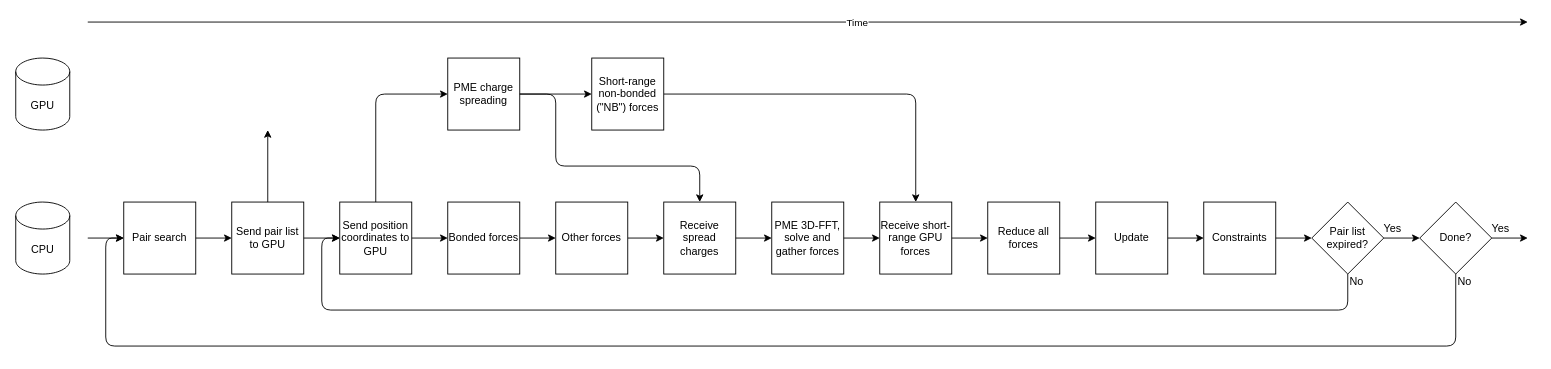
This is content/diagrams/molecular-dynamics-workflow-short-range-gpu-pme-gpu-pmefft-cpu-bonded-cpu.drawio from ENCCS/gromacs-gpu-performance, a draw.io file, before an edit. Source tidied: cells renumbered, new cells numbered last; positions are measured from the earlier drawing's top-left corner, leaving out a move shared by most shapes. Both pictures are drawn from the tidied source at 90%, with x=0, y=0 at pixel (15, 22).
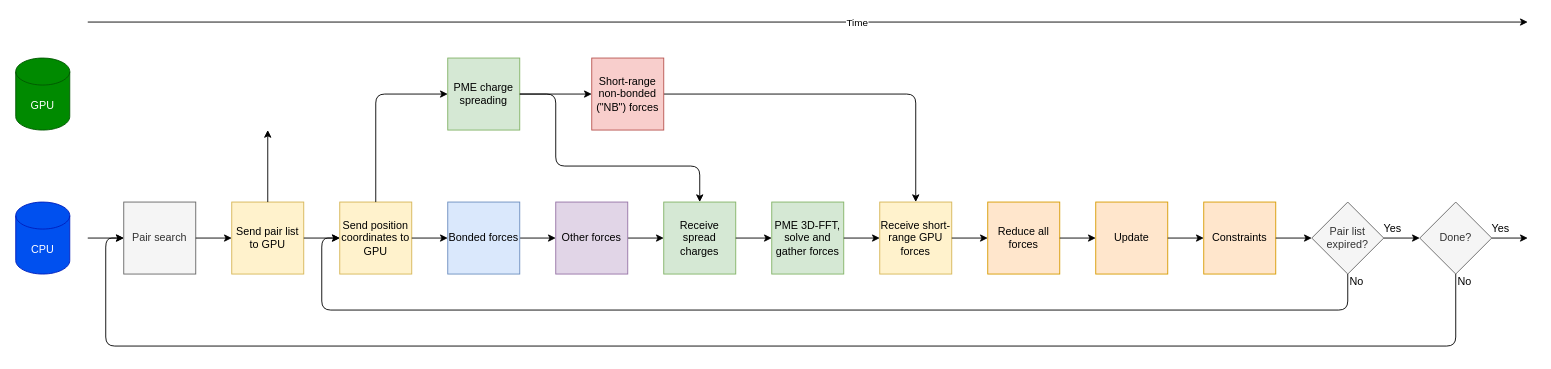
After the change.

Diff of the diagram source:
```diff
@@
-    <mxCell id="4" value="Update" style="whiteSpace=wrap;html=1;" parent="1" vertex="1">
+    <mxCell id="4" value="Update" style="whiteSpace=wrap;html=1;fillColor=#ffe6cc;strokeColor=#d79b00;" parent="1" vertex="1">
       <mxGeometry x="1200" y="200" width="80" height="80" as="geometry" />
     </mxCell>
-    <mxCell id="5" value="Constraints" style="whiteSpace=wrap;html=1;" parent="1" vertex="1">
+    <mxCell id="5" value="Constraints" style="whiteSpace=wrap;html=1;fillColor=#ffe6cc;strokeColor=#d79b00;" parent="1" vertex="1">
       <mxGeometry x="1320" y="200" width="80" height="80" as="geometry" />
     </mxCell>
@@
-    <mxCell id="9" value="Pair list expired?" style="rhombus;whiteSpace=wrap;html=1;" parent="1" vertex="1">
+    <mxCell id="9" value="Pair list expired?" style="rhombus;whiteSpace=wrap;html=1;fillColor=#f5f5f5;strokeColor=#666666;fontColor=#333333;" parent="1" vertex="1">
       <mxGeometry x="1440" y="200" width="80" height="80" as="geometry" />
     </mxCell>
@@
-    <mxCell id="14" value="Pair search" style="whiteSpace=wrap;html=1;" parent="1" vertex="1">
+    <mxCell id="14" value="Pair search" style="whiteSpace=wrap;html=1;fillColor=#f5f5f5;strokeColor=#666666;fontColor=#333333;" parent="1" vertex="1">
       <mxGeometry x="120" y="200" width="80" height="80" as="geometry" />
     </mxCell>
-    <mxCell id="15" value="Send pair list to GPU" style="whiteSpace=wrap;html=1;" parent="1" vertex="1">
+    <mxCell id="15" value="Send pair list to GPU" style="whiteSpace=wrap;html=1;fillColor=#fff2cc;strokeColor=#d6b656;" parent="1" vertex="1">
       <mxGeometry x="240" y="200" width="80" height="80" as="geometry" />
     </mxCell>
-    <mxCell id="16" value="PME charge spreading" style="whiteSpace=wrap;html=1;" parent="1" vertex="1">
+    <mxCell id="16" value="PME charge spreading" style="whiteSpace=wrap;html=1;fillColor=#d5e8d4;strokeColor=#82b366;" parent="1" vertex="1">
       <mxGeometry x="480" y="40" width="80" height="80" as="geometry" />
     </mxCell>
-    <mxCell id="17" value="Other forces" style="whiteSpace=wrap;html=1;" parent="1" vertex="1">
+    <mxCell id="17" value="Other forces" style="whiteSpace=wrap;html=1;fillColor=#e1d5e7;strokeColor=#9673a6;" parent="1" vertex="1">
       <mxGeometry x="600" y="200" width="80" height="80" as="geometry" />
     </mxCell>
@@
-    <mxCell id="19" value="Done?" style="rhombus;whiteSpace=wrap;html=1;" parent="1" vertex="1">
+    <mxCell id="19" value="Done?" style="rhombus;whiteSpace=wrap;html=1;fillColor=#f5f5f5;strokeColor=#666666;fontColor=#333333;" parent="1" vertex="1">
       <mxGeometry x="1560" y="200" width="80" height="80" as="geometry" />
     </mxCell>
@@
-    <mxCell id="25" value="CPU" style="shape=cylinder3;whiteSpace=wrap;html=1;boundedLbl=1;backgroundOutline=1;size=15;" parent="1" vertex="1">
+    <mxCell id="25" value="CPU" style="shape=cylinder3;whiteSpace=wrap;html=1;boundedLbl=1;backgroundOutline=1;size=15;fillColor=#0050ef;strokeColor=#001DBC;fontColor=#ffffff;" parent="1" vertex="1">
       <mxGeometry y="200" width="60" height="80" as="geometry" />
     </mxCell>
-    <mxCell id="26" value="GPU" style="shape=cylinder3;whiteSpace=wrap;html=1;boundedLbl=1;backgroundOutline=1;size=15;" parent="1" vertex="1">
+    <mxCell id="26" value="GPU" style="shape=cylinder3;whiteSpace=wrap;html=1;boundedLbl=1;backgroundOutline=1;size=15;fillColor=#008a00;strokeColor=#005700;fontColor=#ffffff;" parent="1" vertex="1">
       <mxGeometry y="40" width="60" height="80" as="geometry" />
     </mxCell>
@@
-    <mxCell id="29" value="Bonded forces" style="whiteSpace=wrap;html=1;" parent="1" vertex="1">
+    <mxCell id="29" value="Bonded forces" style="whiteSpace=wrap;html=1;fillColor=#dae8fc;strokeColor=#6c8ebf;" parent="1" vertex="1">
       <mxGeometry x="480" y="200" width="80" height="80" as="geometry" />
     </mxCell>
-    <mxCell id="30" value="Send position coordinates to GPU" style="whiteSpace=wrap;html=1;" parent="1" vertex="1">
+    <mxCell id="30" value="Send position coordinates to GPU" style="whiteSpace=wrap;html=1;fillColor=#fff2cc;strokeColor=#d6b656;" parent="1" vertex="1">
       <mxGeometry x="360" y="200" width="80" height="80" as="geometry" />
     </mxCell>
@@
-    <mxCell id="33" value="Receive short-range GPU forces" style="whiteSpace=wrap;html=1;" parent="1" vertex="1">
+    <mxCell id="33" value="Receive short-range GPU forces" style="whiteSpace=wrap;html=1;fillColor=#fff2cc;strokeColor=#d6b656;" parent="1" vertex="1">
       <mxGeometry x="960" y="200" width="80" height="80" as="geometry" />
     </mxCell>
-    <mxCell id="34" value="Reduce all forces" style="whiteSpace=wrap;html=1;" parent="1" vertex="1">
+    <mxCell id="34" value="Reduce all forces" style="whiteSpace=wrap;html=1;fillColor=#ffe6cc;strokeColor=#d79b00;" parent="1" vertex="1">
       <mxGeometry x="1080" y="200" width="80" height="80" as="geometry" />
     </mxCell>
@@
-    <mxCell id="38" value="&lt;span&gt;Short-range&lt;/span&gt;&lt;br&gt;&lt;span&gt;non-bonded (&quot;NB&quot;) forces&lt;/span&gt;" style="rounded=0;whiteSpace=wrap;html=1;" parent="1" vertex="1">
+    <mxCell id="38" value="&lt;span&gt;Short-range&lt;/span&gt;&lt;br&gt;&lt;span&gt;non-bonded (&quot;NB&quot;) forces&lt;/span&gt;" style="rounded=0;whiteSpace=wrap;html=1;fillColor=#f8cecc;strokeColor=#b85450;" parent="1" vertex="1">
       <mxGeometry x="640" y="40" width="80" height="80" as="geometry" />
     </mxCell>
@@
-    <mxCell id="40" value="Receive spread charges" style="whiteSpace=wrap;html=1;" parent="1" vertex="1">
+    <mxCell id="40" value="Receive spread charges" style="whiteSpace=wrap;html=1;fillColor=#d5e8d4;strokeColor=#82b366;" parent="1" vertex="1">
       <mxGeometry x="720" y="200" width="80" height="80" as="geometry" />
     </mxCell>
@@
-    <mxCell id="42" value="PME 3D-FFT, solve and gather forces" style="whiteSpace=wrap;html=1;" parent="1" vertex="1">
+    <mxCell id="42" value="PME 3D-FFT, solve and gather forces" style="whiteSpace=wrap;html=1;fillColor=#d5e8d4;strokeColor=#82b366;" parent="1" vertex="1">
       <mxGeometry x="840" y="200" width="80" height="80" as="geometry" />
     </mxCell>
```
